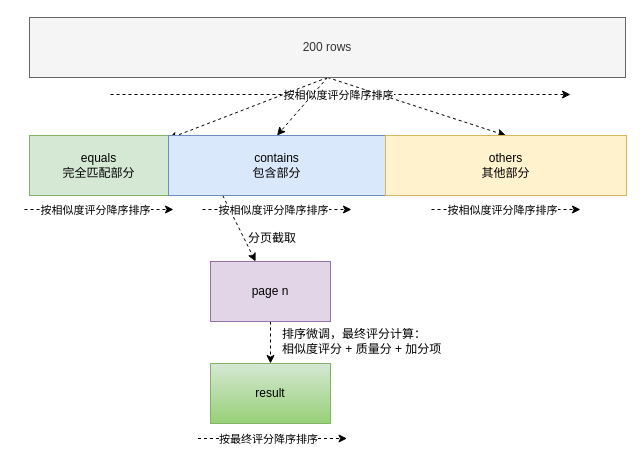
diaohancai/diagrams keeps this draw.io diagram as xueyuan/xueyuan.drawio. Above is the earlier version. Source tidied: cells renumbered, new cells numbered last; positions are measured from the earlier drawing's top-left corner, leaving out a move shared by most shapes. Both pictures are drawn from the tidied source at 100%, with x=0, y=0 at pixel (24, 17).
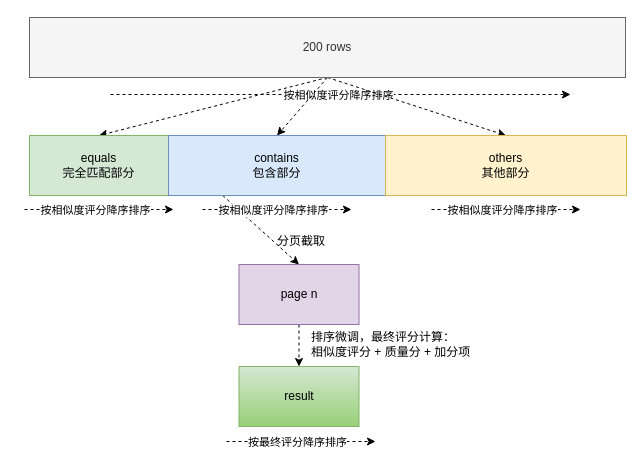
The same page after the edit.

Unchanged cells that the change refers to:
```xml
<mxCell id="7" value="200 rows" style="rounded=0;whiteSpace=wrap;html=1;fillColor=#f5f5f5;fontColor=#333333;strokeColor=#666666;" parent="1" vertex="1">
  <mxGeometry x="5" width="596" height="60" as="geometry" />
</mxCell>
<mxCell id="8" value="equals&lt;br&gt;完全匹配部分" style="rounded=0;whiteSpace=wrap;html=1;fillColor=#d5e8d4;strokeColor=#82b366;" parent="1" vertex="1">
  <mxGeometry x="5" y="118" width="139" height="60" as="geometry" />
</mxCell>
<mxCell id="10" value="contains&lt;br&gt;包含部分" style="rounded=0;whiteSpace=wrap;html=1;fillColor=#dae8fc;strokeColor=#6c8ebf;" parent="1" vertex="1">
  <mxGeometry x="144" y="118" width="217" height="60" as="geometry" />
</mxCell>
```

Change to the diagram source:
```diff
@@
-    <mxCell id="4" style="rounded=0;jettySize=auto;html=1;exitX=0.5;exitY=1;exitDx=0;exitDy=0;dashed=1;" parent="1" edge="1" source="7" target="8">
+    <mxCell id="4" style="rounded=0;jettySize=auto;html=1;exitX=0.5;exitY=1;exitDx=0;exitDy=0;dashed=1;entryX=0.5;entryY=0;entryDx=0;entryDy=0;" parent="1" edge="1" source="7" target="8">
       <mxGeometry relative="1" as="geometry" />
     </mxCell>
@@
-    <mxCell id="9" style="rounded=0;jettySize=auto;html=1;exitX=0.25;exitY=1;exitDx=0;exitDy=0;dashed=1;" parent="1" edge="1" source="10" target="19">
+    <mxCell id="9" style="rounded=0;jettySize=auto;html=1;exitX=0.25;exitY=1;exitDx=0;exitDy=0;dashed=1;entryX=0.5;entryY=0;entryDx=0;entryDy=0;" parent="1" edge="1" source="10" target="19">
       <mxGeometry relative="1" as="geometry" />
     </mxCell>
@@
     <mxCell id="19" value="page n" style="rounded=0;whiteSpace=wrap;html=1;fillColor=#e1d5e7;strokeColor=#9673a6;" parent="1" vertex="1">
-      <mxGeometry x="186" y="244" width="120" height="60" as="geometry" />
+      <mxGeometry x="214.5" y="247" width="120" height="60" as="geometry" />
     </mxCell>
     <mxCell id="20" value="result" style="rounded=0;whiteSpace=wrap;html=1;fillColor=#d5e8d4;gradientColor=#97d077;strokeColor=#82b366;" parent="1" vertex="1">
-      <mxGeometry x="186" y="346" width="120" height="60" as="geometry" />
+      <mxGeometry x="214.5" y="349" width="120" height="60" as="geometry" />
     </mxCell>
     <mxCell id="21" value="排序微调，最终评分计算：&lt;br&gt;相似度评分 + 质量分 + 加分项" style="text;html=1;strokeColor=none;fillColor=none;align=left;verticalAlign=middle;whiteSpace=wrap;rounded=0;" parent="1" vertex="1">
-      <mxGeometry x="256" y="309" width="291" height="30" as="geometry" />
+      <mxGeometry x="284.5" y="312" width="291" height="30" as="geometry" />
     </mxCell>
     <mxCell id="22" value="分页截取" style="text;html=1;strokeColor=none;fillColor=none;align=center;verticalAlign=middle;whiteSpace=wrap;rounded=0;" parent="1" vertex="1">
-      <mxGeometry x="218" y="206" width="60" height="30" as="geometry" />
+      <mxGeometry x="246.5" y="209" width="60" height="30" as="geometry" />
     </mxCell>
     <mxCell id="23" style="endArrow=classic;html=1;rounded=0;dashed=1;" parent="1" edge="1">
       <mxGeometry relative="1" as="geometry">
-        <mxPoint x="173.5" y="421" as="sourcePoint" />
-        <mxPoint x="322.5" y="421" as="targetPoint" />
+        <mxPoint x="202" y="424" as="sourcePoint" />
+        <mxPoint x="351" y="424" as="targetPoint" />
       </mxGeometry>
     </mxCell>
```
